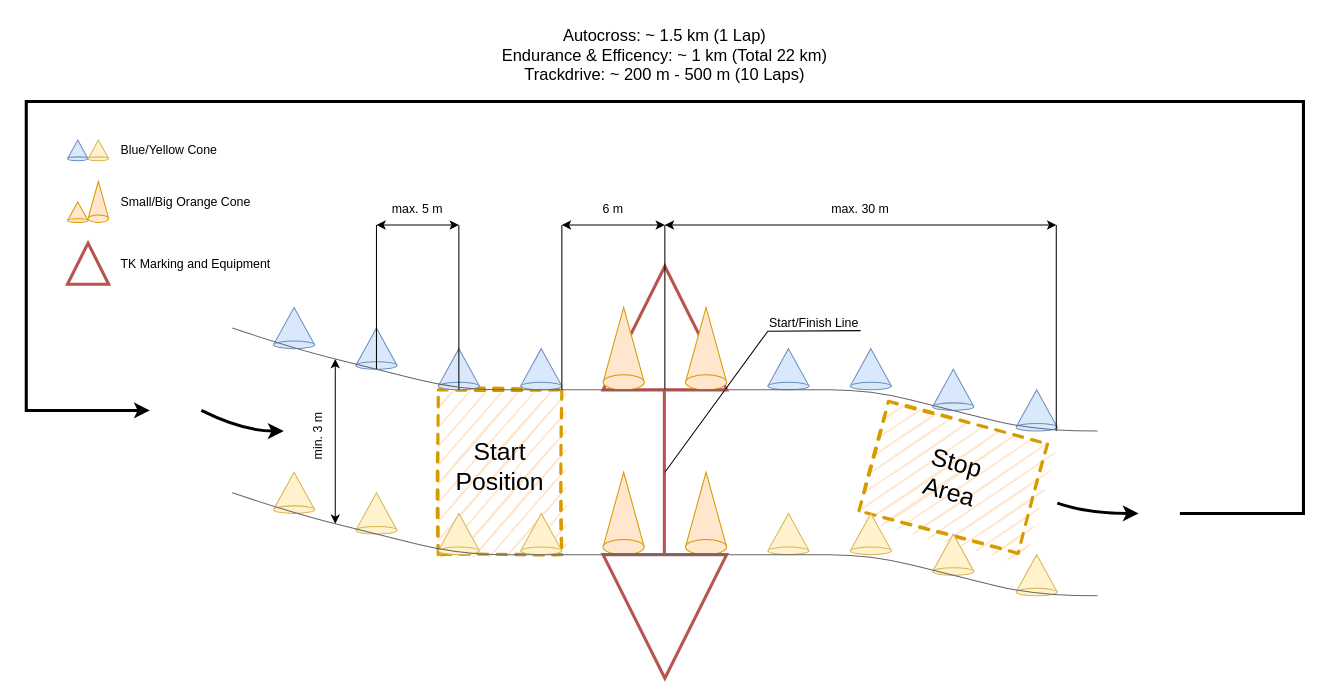
Earlier version of the draw.io diagram ressources/figures/FS_Event_Trackdrive.drawio (Beomar97/path-planning-docs). Source tidied: cells renumbered, new cells numbered last; positions are measured from the earlier drawing's top-left corner, leaving out a move shared by most shapes. Both pictures are drawn from the tidied source at 103%, with x=0, y=0 at pixel (26, 19).
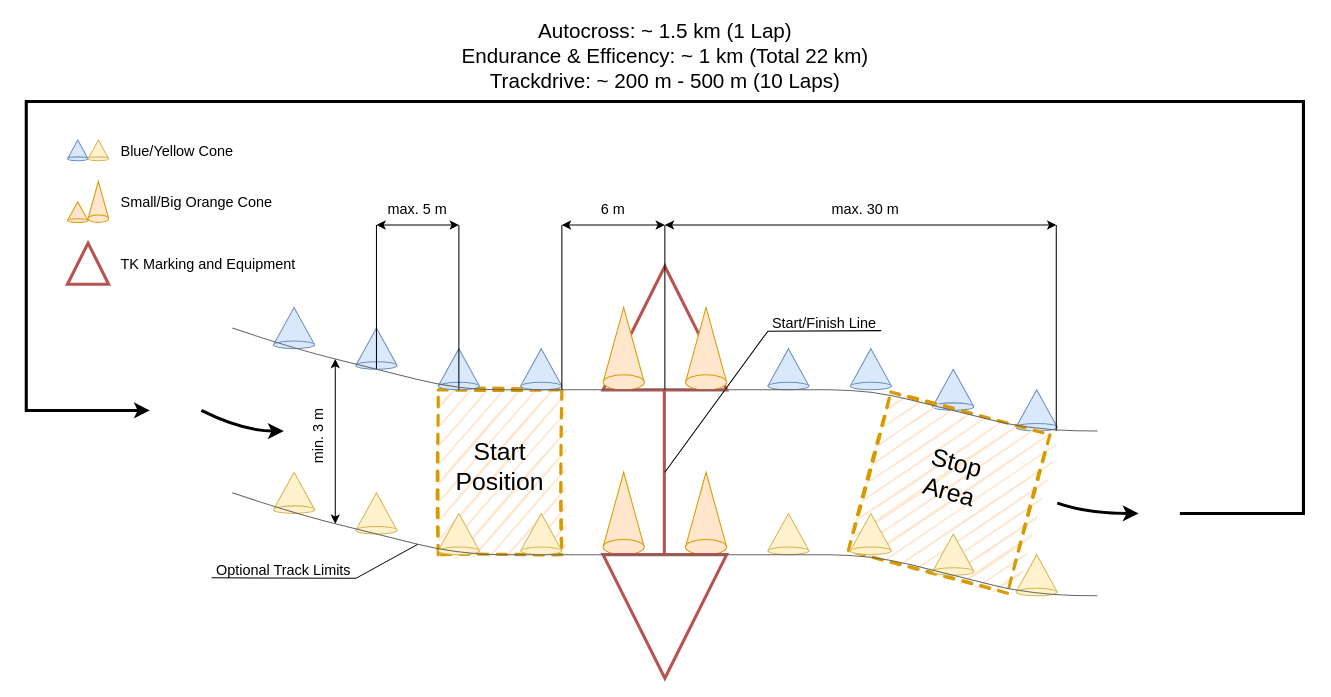
The same diagram, later.

Commit message (it also covers changes not shown here):
docs: update track events figures

Diff of the diagram source:
```diff
@@
-    <mxCell id="5" value="Blue/Yellow Cone" style="text;html=1;strokeColor=none;fillColor=none;align=left;verticalAlign=middle;whiteSpace=wrap;rounded=0;" parent="1" vertex="1">
-      <mxGeometry x="90" y="112.5" width="100" height="30" as="geometry" />
+    <mxCell id="5" value="Blue/Yellow Cone" style="text;html=1;strokeColor=none;fillColor=none;align=left;verticalAlign=middle;whiteSpace=wrap;rounded=0;fontSize=14;" parent="1" vertex="1">
+      <mxGeometry x="90" y="112.5" width="120" height="30" as="geometry" />
     </mxCell>
@@
-    <mxCell id="8" value="Small/Big Orange Cone" style="text;html=1;strokeColor=none;fillColor=none;align=left;verticalAlign=middle;whiteSpace=wrap;rounded=0;" parent="1" vertex="1">
-      <mxGeometry x="90" y="162.5" width="130" height="30" as="geometry" />
+    <mxCell id="8" value="Small/Big Orange Cone" style="text;html=1;strokeColor=none;fillColor=none;align=left;verticalAlign=middle;whiteSpace=wrap;rounded=0;fontSize=14;" parent="1" vertex="1">
+      <mxGeometry x="90" y="162.5" width="150" height="30" as="geometry" />
     </mxCell>
@@
-    <mxCell id="10" value="TK Marking and Equipment" style="text;html=1;strokeColor=none;fillColor=none;align=left;verticalAlign=middle;whiteSpace=wrap;rounded=0;" parent="1" vertex="1">
-      <mxGeometry x="90" y="222.5" width="150" height="30" as="geometry" />
+    <mxCell id="10" value="TK Marking and Equipment" style="text;html=1;strokeColor=none;fillColor=none;align=left;verticalAlign=middle;whiteSpace=wrap;rounded=0;fontSize=14;" parent="1" vertex="1">
+      <mxGeometry x="90" y="222.5" width="180" height="30" as="geometry" />
     </mxCell>
@@
-    <mxCell id="33" value="6 m" style="text;html=1;strokeColor=none;fillColor=none;align=center;verticalAlign=middle;whiteSpace=wrap;rounded=0;dashed=1;sketch=1;" parent="1" vertex="1">
+    <mxCell id="33" value="6 m" style="text;html=1;strokeColor=none;fillColor=none;align=center;verticalAlign=middle;whiteSpace=wrap;rounded=0;dashed=1;sketch=1;fontSize=14;" parent="1" vertex="1">
       <mxGeometry x="540" y="170" width="60" height="30" as="geometry" />
     </mxCell>
@@
     <mxCell id="35" style="whiteSpace=wrap;html=1;fillColor=#ffe6cc;strokeColor=#d79b00;sketch=1;strokeWidth=3;dashed=1;rotation=15;" parent="1" vertex="1">
-      <mxGeometry x="820" y="390" width="160" height="110" as="geometry" />
+      <mxGeometry x="816" y="380.2" width="160" height="159.3" as="geometry" />
     </mxCell>
@@
-    <mxCell id="43" value="max. 30 m" style="text;html=1;strokeColor=none;fillColor=none;align=center;verticalAlign=middle;whiteSpace=wrap;rounded=0;dashed=1;sketch=1;" parent="1" vertex="1">
-      <mxGeometry x="780" y="170" width="60" height="30" as="geometry" />
+    <mxCell id="43" value="max. 30 m" style="text;html=1;strokeColor=none;fillColor=none;align=center;verticalAlign=middle;whiteSpace=wrap;rounded=0;dashed=1;sketch=1;fontSize=14;" parent="1" vertex="1">
+      <mxGeometry x="780" y="170" width="70" height="30" as="geometry" />
     </mxCell>
@@
-    <mxCell id="45" value="min. 3 m" style="text;html=1;strokeColor=none;fillColor=none;align=center;verticalAlign=middle;whiteSpace=wrap;rounded=0;dashed=1;sketch=1;rotation=-90;" parent="1" vertex="1">
+    <mxCell id="45" value="min. 3 m" style="text;html=1;strokeColor=none;fillColor=none;align=center;verticalAlign=middle;whiteSpace=wrap;rounded=0;dashed=1;sketch=1;rotation=-90;fontSize=14;" parent="1" vertex="1">
       <mxGeometry x="254" y="390" width="60" height="30" as="geometry" />
     </mxCell>
@@
-    <mxCell id="49" value="max. 5 m" style="text;html=1;strokeColor=none;fillColor=none;align=center;verticalAlign=middle;whiteSpace=wrap;rounded=0;dashed=1;sketch=1;rotation=0;" parent="1" vertex="1">
+    <mxCell id="49" value="max. 5 m" style="text;html=1;strokeColor=none;fillColor=none;align=center;verticalAlign=middle;whiteSpace=wrap;rounded=0;dashed=1;sketch=1;rotation=0;fontSize=14;" parent="1" vertex="1">
       <mxGeometry x="350" y="170" width="60" height="30" as="geometry" />
     </mxCell>
-    <mxCell id="50" value="Start/Finish Line" style="text;html=1;strokeColor=none;fillColor=none;align=center;verticalAlign=middle;whiteSpace=wrap;rounded=0;dashed=1;sketch=1;" parent="1" vertex="1">
-      <mxGeometry x="720" y="280" width="90" height="30" as="geometry" />
+    <mxCell id="50" value="Start/Finish Line" style="text;html=1;strokeColor=none;fillColor=none;align=center;verticalAlign=middle;whiteSpace=wrap;rounded=0;dashed=1;sketch=1;fontSize=14;" parent="1" vertex="1">
+      <mxGeometry x="720" y="280" width="110" height="30" as="geometry" />
     </mxCell>
@@
-    <mxCell id="56" value="Autocross: ~ 1.5 km (1 Lap)&lt;br style=&quot;font-size: 16px&quot;&gt;Endurance &amp;amp; Efficency: ~ 1 km (Total 22 km)&lt;br style=&quot;font-size: 16px&quot;&gt;Trackdrive: ~ 200 m - 500 m (10 Laps)" style="text;html=1;strokeColor=none;fillColor=none;align=center;verticalAlign=middle;whiteSpace=wrap;rounded=0;dashed=1;sketch=1;fontSize=16;" parent="1" vertex="1">
-      <mxGeometry x="455" width="330" height="70" as="geometry" />
+    <mxCell id="56" value="Autocross: ~ 1.5 km (1 Lap)&lt;br style=&quot;font-size: 20px;&quot;&gt;Endurance &amp;amp; Efficency: ~ 1 km (Total 22 km)&lt;br style=&quot;font-size: 20px;&quot;&gt;Trackdrive: ~ 200 m - 500 m (10 Laps)" style="text;html=1;strokeColor=none;fillColor=none;align=center;verticalAlign=middle;whiteSpace=wrap;rounded=0;dashed=1;sketch=1;fontSize=20;" parent="1" vertex="1">
+      <mxGeometry x="417.5" width="405" height="70" as="geometry" />
     </mxCell>
@@
+    <mxCell id="58" value="Optional Track Limits" style="text;html=1;strokeColor=none;fillColor=none;align=center;verticalAlign=middle;whiteSpace=wrap;rounded=0;dashed=1;sketch=1;fontSize=14;" parent="1" vertex="1">
+      <mxGeometry x="180" y="520" width="140" height="30" as="geometry" />
+    </mxCell>
+    <mxCell id="59" style="endArrow=none;html=1;rounded=0;exitX=0;exitY=0.75;exitDx=0;exitDy=0;" parent="1" edge="1" source="58">
+      <mxGeometry relative="1" as="geometry">
+        <mxPoint x="380" y="510" as="targetPoint" />
+        <Array as="points">
+          <mxPoint x="320" y="543" />
+        </Array>
+      </mxGeometry>
+    </mxCell>
```
